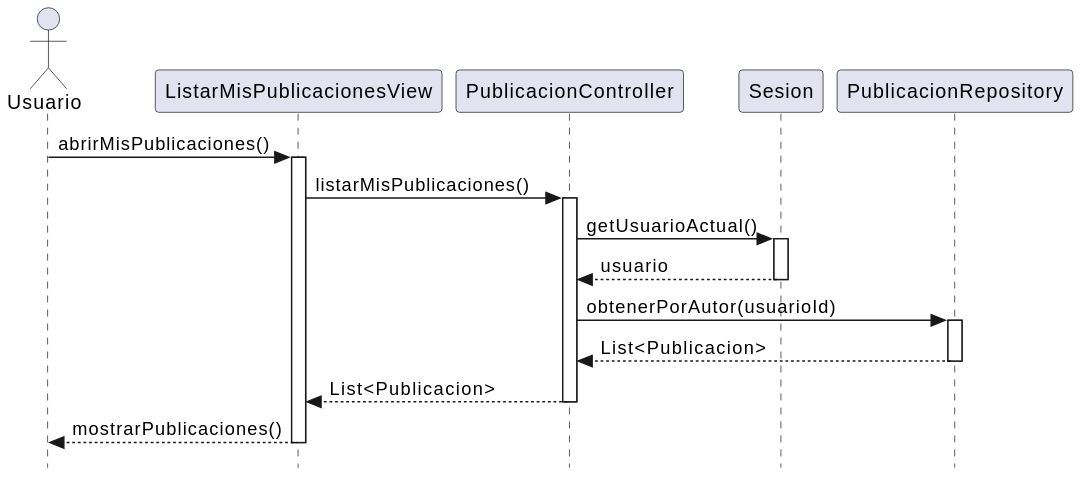
Earlier version of the PlantUML export RUP/02-diseño/imagenes/abrirMisPublicaciones/abrirMisPublicaciones.svg (manuelmunoz8/25-26-idsw2-sdVC).
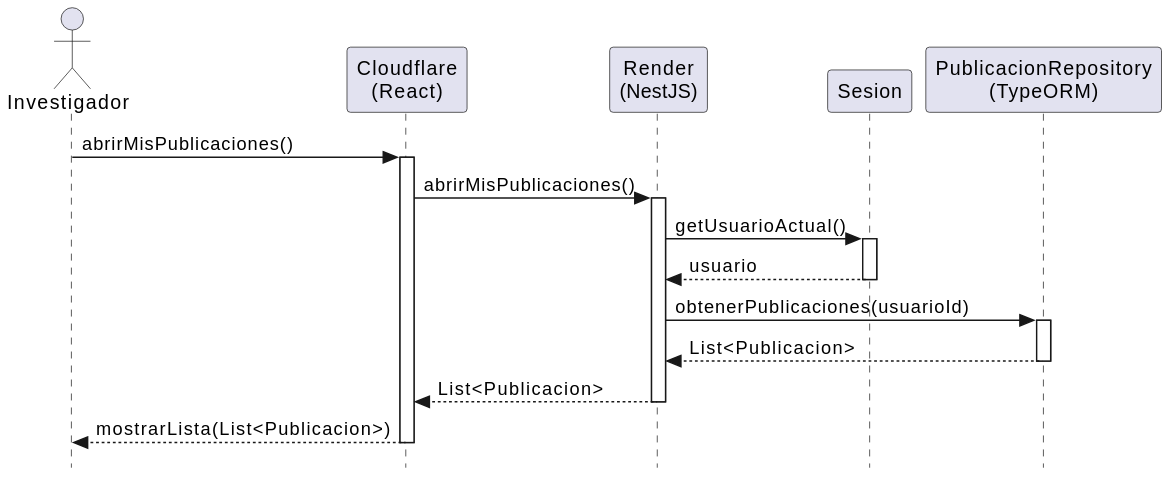
After the commit.

Commit message:
Update SVG diagram for abrirMisPublicaciones

Diff of the diagram source:
```diff
@@ -1,26 +1,35 @@
 @startuml
 skinparam style strictuml
+skinparam backgroundColor white
+skinparam shadowing false
 
-actor "Usuario" as user
-participant "ListarMisPublicacionesView" as view
-participant "PublicacionController" as controller
-participant "Sesion" as sesion
-participant "PublicacionRepository" as repo
+actor Investigador
+participant "Cloudflare\n(React)" as View
+participant "Render\n(NestJS)" as Controller
+participant "Sesion" as Sesion
+participant "PublicacionRepository\n(TypeORM)" as Repo
 
-user -> view : abrirMisPublicaciones()
-activate view
-view -> controller : listarMisPublicaciones()
-activate controller
-controller -> sesion : getUsuarioActual()
-activate sesion
-sesion --> controller : usuario
-deactivate sesion
-controller -> repo : obtenerPorAutor(usuarioId)
-activate repo
-repo --> controller : List<Publicacion>
-deactivate repo
-controller --> view : List<Publicacion>
-deactivate controller
-view --> user : mostrarPublicaciones()
-deactivate view
+Investigador -> View : abrirMisPublicaciones()
+activate View
+
+View -> Controller : abrirMisPublicaciones()
+activate Controller
+
+Controller -> Sesion : getUsuarioActual()
+activate Sesion
+
+Sesion --> Controller : usuario
+deactivate Sesion
+
+Controller -> Repo : obtenerPublicaciones(usuarioId)
+activate Repo
+
+Repo --> Controller : List<Publicacion>
+deactivate Repo
+
+Controller --> View : List<Publicacion>
+deactivate Controller
+
+View --> Investigador : mostrarLista(List<Publicacion>)
+deactivate View
 @enduml
```
